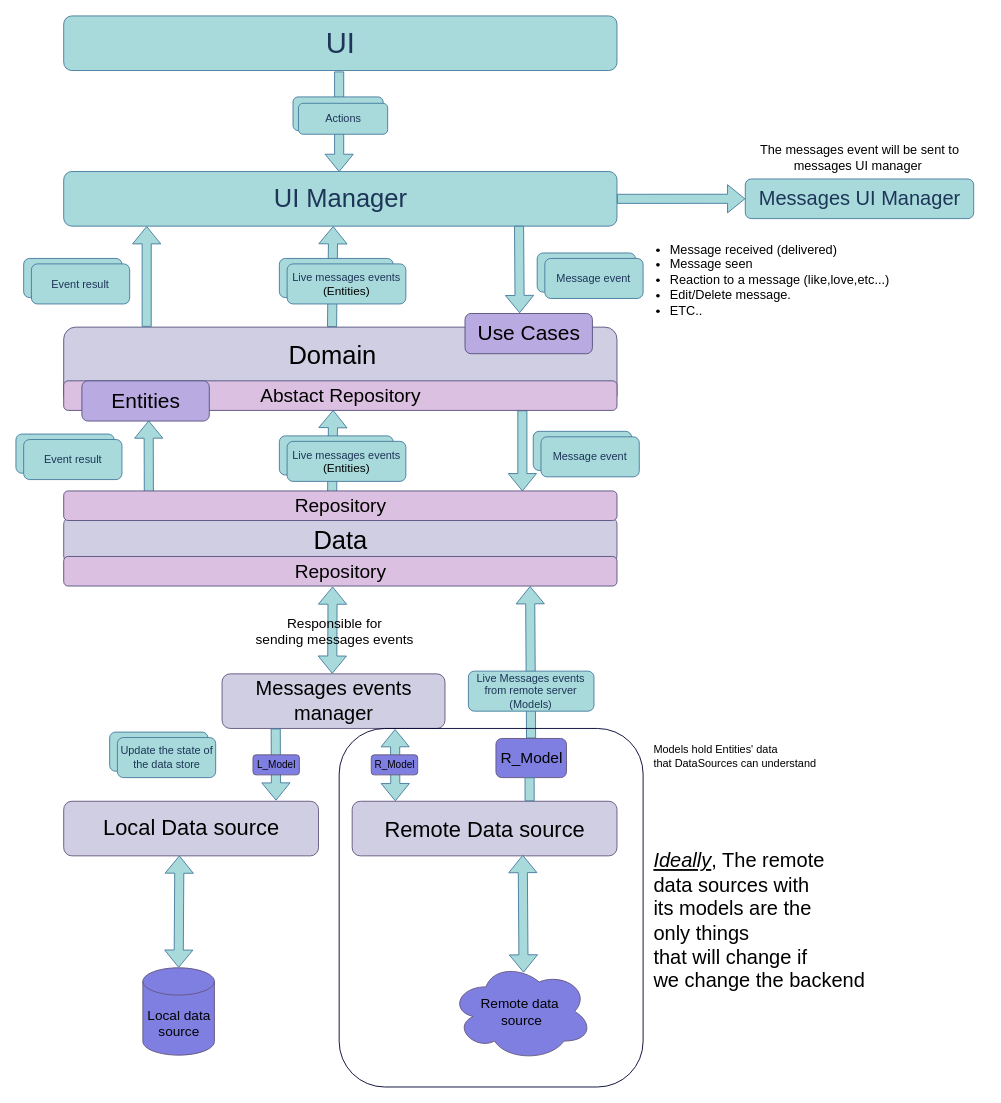
This is page "Message_events" (2 of 3) of open-chat-architecture-for-mobile-applications.drawio from mobile-open-chat/open-chat-architecture, a draw.io file, before an edit. Source tidied: cells renumbered, new cells numbered last; positions are measured from the earlier drawing's top-left corner, leaving out a move shared by most shapes. Both pictures are drawn from the tidied source at 91%, with x=0, y=0 at pixel (15, 15).
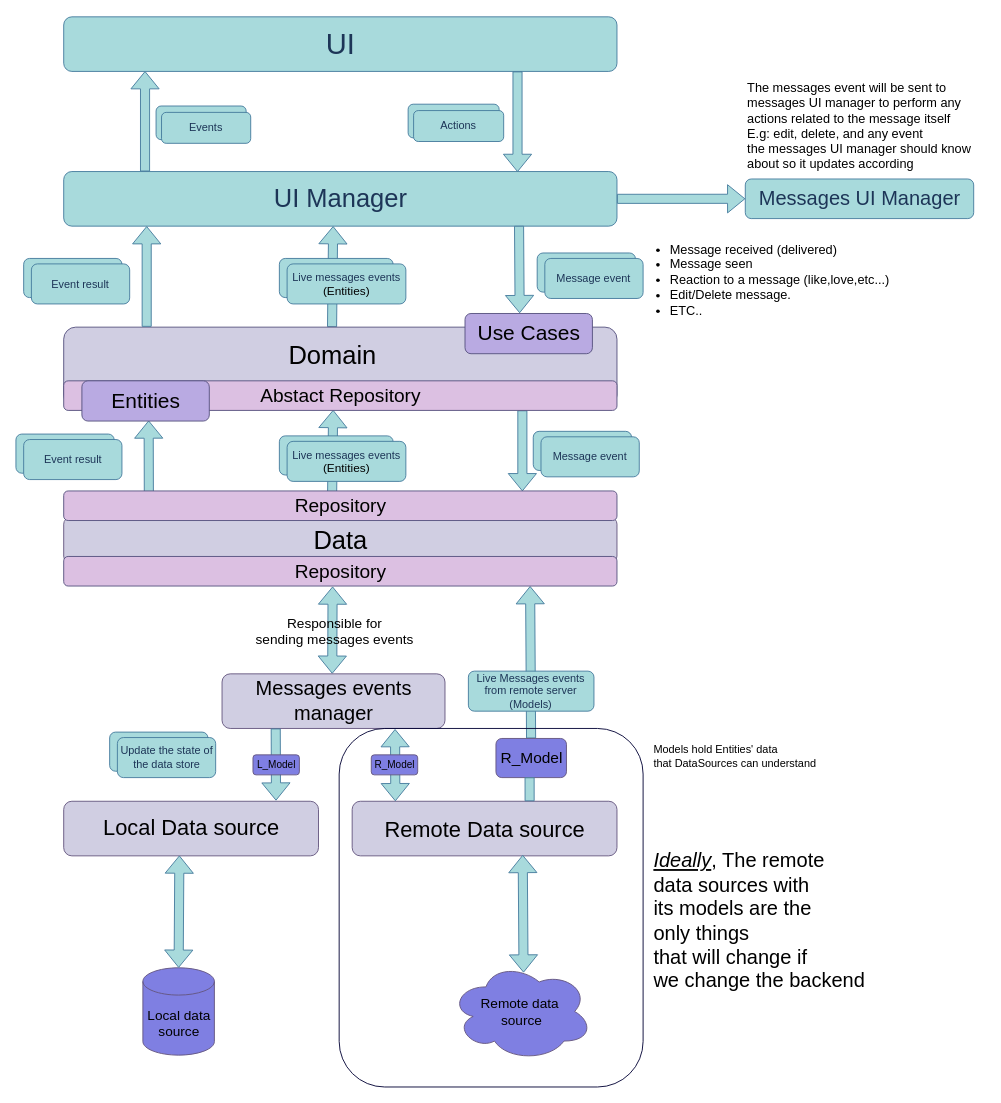
The same page after the edit.

Commit message (it also covers changes not shown here):
update the link between messages ui manager and messages event ui manager

The change refers to these unchanged cells:
```xml
<mxCell id="4" value="&lt;font style=&quot;font-size: 28px;&quot;&gt;UI Manager&lt;br&gt;&lt;/font&gt;" style="rounded=1;whiteSpace=wrap;html=1;fillColor=#A8DADC;strokeColor=#457B9D;fontColor=#1D3557;" parent="1" vertex="1">
  <mxGeometry x="52.5" y="171" width="608" height="60" as="geometry" />
</mxCell>
```

Change to the diagram source:
```diff
@@
     <mxCell id="3" value="&lt;font style=&quot;font-size: 32px;&quot;&gt;UI&lt;/font&gt;" style="rounded=1;whiteSpace=wrap;html=1;fillColor=#A8DADC;strokeColor=#457B9D;fontColor=#1D3557;" parent="1" vertex="1">
-      <mxGeometry x="52.5" width="608" height="60" as="geometry" />
+      <mxGeometry x="52.5" y="1" width="608" height="60" as="geometry" />
     </mxCell>
@@
     <mxCell id="5" style="shape=flexArrow;endArrow=classic;html=1;rounded=0;fontSize=32;fontColor=#1D3557;strokeColor=#457B9D;fillColor=#A8DADC;exitX=0.817;exitY=1.017;exitDx=0;exitDy=0;exitPerimeter=0;verticalAlign=middle;entryX=0.817;entryY=0.008;entryDx=0;entryDy=0;entryPerimeter=0;" parent="1" edge="1">
       <mxGeometry relative="1" as="geometry">
-        <mxPoint x="355.2" y="61" as="sourcePoint" />
-        <mxPoint x="355.2" y="171.5" as="targetPoint" />
+        <mxPoint x="551.2" y="61" as="sourcePoint" />
+        <mxPoint x="551.2" y="171.5" as="targetPoint" />
       </mxGeometry>
     </mxCell>
     <mxCell id="6" style="rounded=1;whiteSpace=wrap;html=1;fontColor=#1D3557;strokeColor=#457B9D;fillColor=#A8DADC;" parent="1" vertex="1">
-      <mxGeometry x="304.5" y="89" width="99" height="37" as="geometry" />
+      <mxGeometry x="431" y="97" width="100" height="37" as="geometry" />
     </mxCell>
     <mxCell id="7" value="Actions" style="rounded=1;whiteSpace=wrap;html=1;fontColor=#1D3557;strokeColor=#457B9D;fillColor=#A8DADC;" parent="1" vertex="1">
-      <mxGeometry x="310.5" y="96" width="98" height="34" as="geometry" />
+      <mxGeometry x="437" y="104" width="99" height="34" as="geometry" />
     </mxCell>
@@
     <mxCell id="59" value="&lt;div&gt;&lt;br&gt;&lt;/div&gt;" style="text;html=1;align=left;verticalAlign=middle;strokeColor=none;fillColor=none;fontSize=14;fontColor=#000000;" parent="1" vertex="1">
-      <mxGeometry x="654.5" y="85" width="18" height="29" as="geometry" />
+      <mxGeometry x="518" y="93" width="18" height="29" as="geometry" />
     </mxCell>
-    <mxCell id="60" value="&lt;span style=&quot;font-size: 14px; text-align: left;&quot;&gt;The messages event will be sent to&lt;/span&gt;&lt;br style=&quot;font-size: 14px; text-align: left;&quot;&gt;&lt;span style=&quot;font-size: 14px; text-align: left;&quot;&gt;messages UI manager&amp;nbsp;&lt;/span&gt;&lt;span style=&quot;font-size: 15px;&quot;&gt;&lt;br&gt;&lt;/span&gt;" style="text;html=1;align=center;verticalAlign=middle;strokeColor=none;fillColor=none;fontSize=13;fontColor=#000000;" parent="1" vertex="1">
-      <mxGeometry x="808.5" y="132.2" width="237" height="47" as="geometry" />
-    </mxCell>
+    <mxCell id="61" style="shape=flexArrow;endArrow=none;html=1;rounded=0;fontSize=32;fontColor=#1D3557;strokeColor=#457B9D;fillColor=#A8DADC;exitX=0.147;exitY=0.994;exitDx=0;exitDy=0;exitPerimeter=0;verticalAlign=middle;entryX=0.147;entryY=-0.001;entryDx=0;entryDy=0;entryPerimeter=0;startArrow=block;endFill=0;" parent="1" edge="1" source="3" target="4">
+      <mxGeometry relative="1" as="geometry" />
+    </mxCell>
+    <mxCell id="62" style="rounded=1;whiteSpace=wrap;html=1;fontColor=#1D3557;strokeColor=#457B9D;fillColor=#A8DADC;" parent="1" vertex="1">
+      <mxGeometry x="154" y="99" width="99" height="37" as="geometry" />
+    </mxCell>
+    <mxCell id="63" value="Events" style="rounded=1;whiteSpace=wrap;html=1;fontColor=#1D3557;strokeColor=#457B9D;fillColor=#A8DADC;" parent="1" vertex="1">
+      <mxGeometry x="160" y="106" width="98" height="34" as="geometry" />
+    </mxCell>
+    <mxCell id="64" value="&lt;div&gt;&lt;span style=&quot;font-size: 14px;&quot;&gt;The messages event will be sent to&lt;/span&gt;&lt;/div&gt;&lt;div&gt;&lt;span style=&quot;font-size: 14px;&quot;&gt;messages UI manager to perform any&amp;nbsp;&lt;/span&gt;&lt;/div&gt;&lt;div&gt;&lt;span style=&quot;font-size: 14px;&quot;&gt;actions related to the message itself&lt;/span&gt;&lt;/div&gt;&lt;div&gt;&lt;span style=&quot;font-size: 14px;&quot;&gt;E.g: edit, delete, and any event&lt;/span&gt;&lt;/div&gt;&lt;div&gt;&lt;span style=&quot;font-size: 14px;&quot;&gt;the messages UI manager should know&lt;/span&gt;&lt;/div&gt;&lt;div&gt;&lt;span style=&quot;font-size: 14px;&quot;&gt;about so it updates according&lt;/span&gt;&lt;/div&gt;" style="text;html=1;align=left;verticalAlign=middle;strokeColor=none;fillColor=none;fontSize=13;fontColor=#000000;fillStyle=solid;" parent="1" vertex="1">
+      <mxGeometry x="801.5" y="64.5" width="264" height="113" as="geometry" />
+    </mxCell>
```
